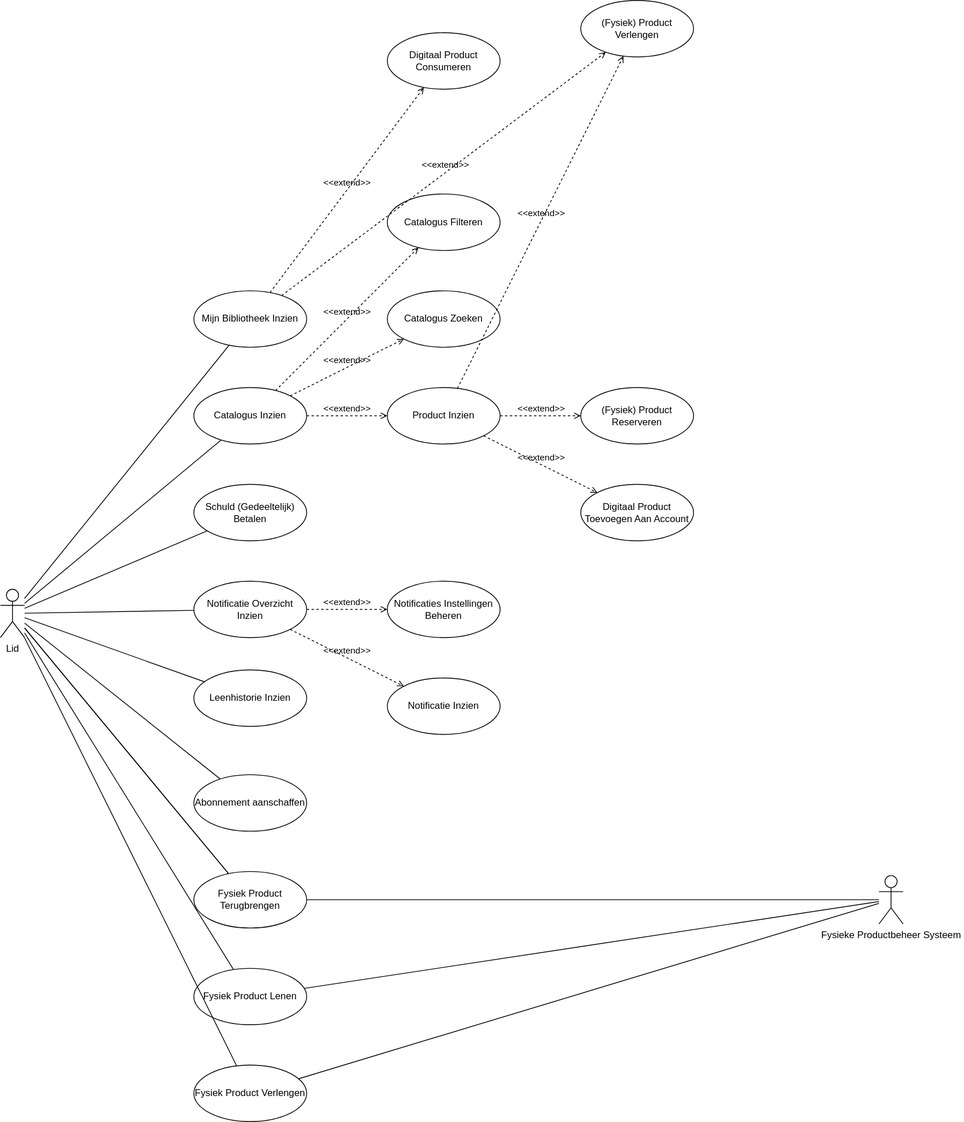
The draw.io diagram documents/usecases/diagrams/concept-lid-usecase-diagram.drawio.svg in pieter-groenendijk/oose-library-management-system, before a commit. Source tidied: cells renumbered, new cells last; positions are measured from the earlier drawing's top-left corner, leaving out a move shared by most shapes.
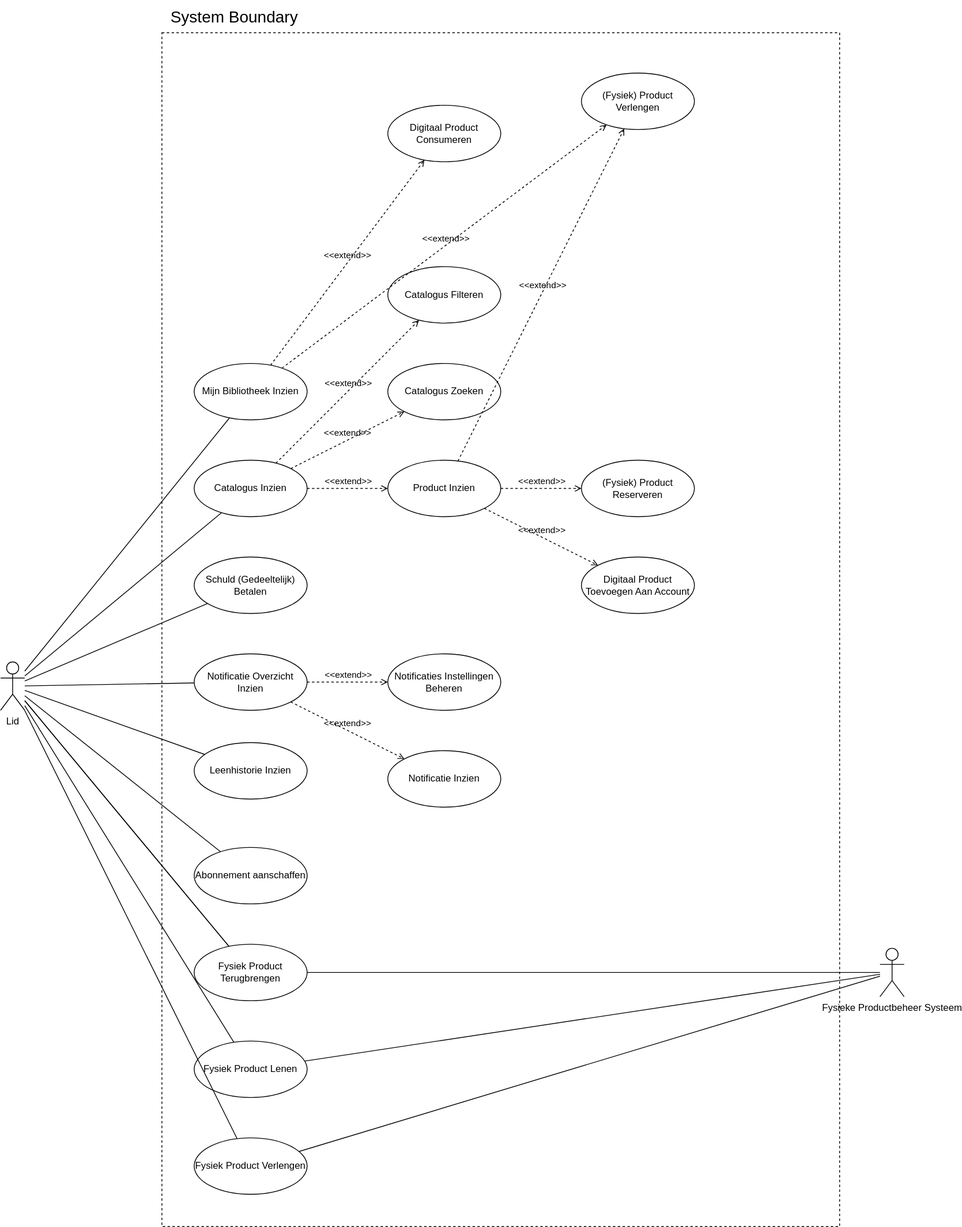
After the commit.

Commit message:
Added system boundary to usecase diagram 'lid'

What changed in the source:
```diff
@@ -2,6 +2,9 @@
   <root>
     <mxCell id="0" />
     <mxCell id="1" parent="0" />
+    <mxCell id="45" style="rounded=0;whiteSpace=wrap;html=1;dashed=1;" parent="1" vertex="1">
+      <mxGeometry x="200" y="-50" width="840" height="1480" as="geometry" />
+    </mxCell>
     <mxCell id="2" value="(Fysiek) Product Reserveren" style="ellipse;whiteSpace=wrap;html=1;" parent="1" vertex="1">
       <mxGeometry x="720" y="480" width="140" height="70" as="geometry" />
     </mxCell>
@@ -131,5 +134,8 @@
     <mxCell id="44" value="&amp;lt;&amp;lt;extend&amp;gt;&amp;gt;" style="html=1;verticalAlign=bottom;labelBackgroundColor=none;endArrow=open;endFill=0;dashed=1;rounded=0;" parent="1" edge="1" source="10" target="5">
       <mxGeometry x="0.01" relative="1" as="geometry" />
     </mxCell>
+    <mxCell id="46" value="System Boundary" style="text;html=1;align=center;verticalAlign=middle;whiteSpace=wrap;rounded=0;fontSize=20;" parent="1" vertex="1">
+      <mxGeometry x="200" y="-90" width="180" height="40" as="geometry" />
+    </mxCell>
   </root>
 </mxGraphModel>
```
